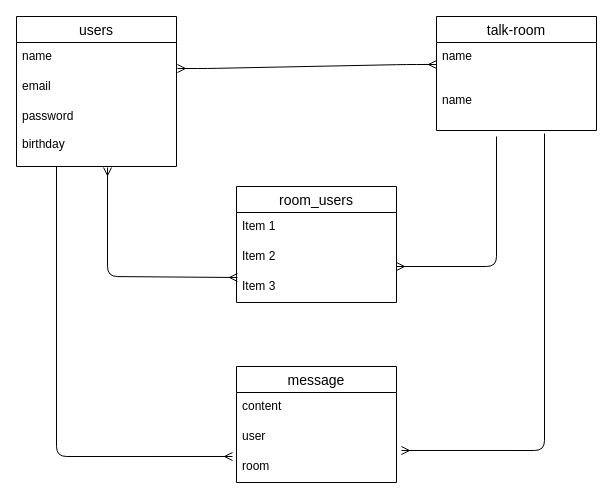
This is test.dio from yukkurizikkyou/cheer-talk-a, a draw.io file, before an edit. Source tidied: cells renumbered, new cells numbered last; positions are measured from the earlier drawing's top-left corner, leaving out a move shared by most shapes. Both pictures are drawn from the tidied source at 100%, with x=0, y=0 at pixel (16, 16).
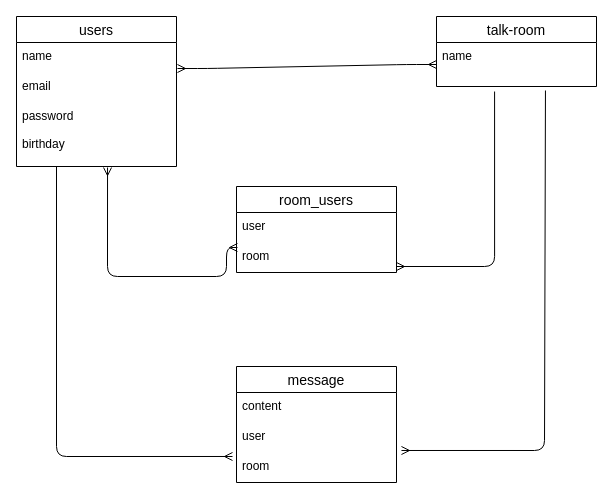
The same diagram, later.

Unchanged cells that the change refers to:
```xml
<mxCell id="5" value="password&#10;&#10;birthday&#10;&#10;" style="text;strokeColor=none;fillColor=none;spacingLeft=4;spacingRight=4;overflow=hidden;points=[[0,0.5],[1,0.5]];portConstraint=eastwest;fontSize=12;" parent="2" vertex="1">
  <mxGeometry y="86" width="160" height="64" as="geometry" />
</mxCell>
<mxCell id="7" value="name&#10;" style="text;strokeColor=none;fillColor=none;spacingLeft=4;spacingRight=4;overflow=hidden;points=[[0,0.5],[1,0.5]];portConstraint=eastwest;fontSize=12;" parent="6" vertex="1">
  <mxGeometry y="26" width="160" height="44" as="geometry" />
</mxCell>
<mxCell id="12" value="room" style="text;strokeColor=none;fillColor=none;spacingLeft=4;spacingRight=4;overflow=hidden;points=[[0,0.5],[1,0.5]];portConstraint=eastwest;fontSize=12;" parent="9" vertex="1">
  <mxGeometry y="86" width="160" height="30" as="geometry" />
</mxCell>
```

Diff of the diagram source:
```diff
@@
     <mxCell id="6" value="talk-room" style="swimlane;fontStyle=0;horizontal=1;startSize=26;align=center;fontSize=14;" parent="1" vertex="1">
-      <mxGeometry x="420" width="160" height="114" as="geometry" />
+      <mxGeometry x="420" width="160" height="70" as="geometry" />
     </mxCell>
@@
-    <mxCell id="8" value="name&#10;" style="text;strokeColor=none;fillColor=none;spacingLeft=4;spacingRight=4;overflow=hidden;points=[[0,0.5],[1,0.5]];portConstraint=eastwest;fontSize=12;" parent="6" vertex="1">
-      <mxGeometry y="70" width="160" height="44" as="geometry" />
-    </mxCell>
@@
     <mxCell id="13" value="room_users" style="swimlane;fontStyle=0;horizontal=1;startSize=26;align=center;fontSize=14;" parent="1" vertex="1">
-      <mxGeometry x="220" y="170" width="160" height="116" as="geometry" />
+      <mxGeometry x="220" y="170" width="160" height="86" as="geometry" />
     </mxCell>
-    <mxCell id="14" value="Item 1" style="text;strokeColor=none;fillColor=none;spacingLeft=4;spacingRight=4;overflow=hidden;fontSize=12;" parent="13" vertex="1">
+    <mxCell id="14" value="user" style="text;strokeColor=none;fillColor=none;spacingLeft=4;spacingRight=4;overflow=hidden;fontSize=12;" parent="13" vertex="1">
       <mxGeometry y="26" width="160" height="30" as="geometry" />
     </mxCell>
-    <mxCell id="15" value="Item 2" style="text;strokeColor=none;fillColor=none;spacingLeft=4;spacingRight=4;overflow=hidden;fontSize=12;" parent="13" vertex="1">
-      <mxGeometry y="56" width="160" height="30" as="geometry" />
-    </mxCell>
-    <mxCell id="16" value="Item 3" style="text;strokeColor=none;fillColor=none;spacingLeft=4;spacingRight=4;overflow=hidden;points=[[0,0.5],[1,0.5]];portConstraint=eastwest;fontSize=12;" parent="13" vertex="1">
-      <mxGeometry y="86" width="160" height="30" as="geometry" />
+    <mxCell id="16" value="room" style="text;strokeColor=none;fillColor=none;spacingLeft=4;spacingRight=4;overflow=hidden;points=[[0,0.5],[1,0.5]];portConstraint=eastwest;fontSize=12;" parent="13" vertex="1">
+      <mxGeometry y="56" width="160" height="30" as="geometry" />
     </mxCell>
@@
-    <mxCell id="19" style="edgeStyle=orthogonalEdgeStyle;fontSize=12;html=1;endArrow=ERmany;exitX=0.675;exitY=1.068;exitDx=0;exitDy=0;exitPerimeter=0;entryX=1.031;entryY=-0.067;entryDx=0;entryDy=0;entryPerimeter=0;" parent="1" edge="1" source="8" target="12">
+    <mxCell id="19" style="edgeStyle=orthogonalEdgeStyle;fontSize=12;html=1;endArrow=ERmany;entryX=1.031;entryY=-0.067;entryDx=0;entryDy=0;entryPerimeter=0;exitX=0.681;exitY=1.091;exitDx=0;exitDy=0;exitPerimeter=0;" parent="1" edge="1" source="7" target="12">
       <mxGeometry relative="1" as="geometry">
         <Array as="points">
           <mxPoint x="528" y="434" />
         </Array>
       </mxGeometry>
     </mxCell>
     <mxCell id="20" style="edgeStyle=orthogonalEdgeStyle;fontSize=12;html=1;endArrow=ERmany;startArrow=ERmany;exitX=0.569;exitY=1.016;exitDx=0;exitDy=0;exitPerimeter=0;entryX=0.006;entryY=0.167;entryDx=0;entryDy=0;entryPerimeter=0;" parent="1" edge="1" source="5" target="16">
       <mxGeometry relative="1" as="geometry">
         <Array as="points">
           <mxPoint x="91" y="260" />
+          <mxPoint x="210" y="260" />
+          <mxPoint x="210" y="231" />
         </Array>
       </mxGeometry>
     </mxCell>
-    <mxCell id="21" style="edgeStyle=orthogonalEdgeStyle;fontSize=12;html=1;endArrow=ERmany;" parent="1" edge="1">
+    <mxCell id="21" style="edgeStyle=orthogonalEdgeStyle;fontSize=12;html=1;endArrow=ERmany;exitX=0.363;exitY=1.114;exitDx=0;exitDy=0;exitPerimeter=0;" parent="1" edge="1" source="7">
       <mxGeometry relative="1" as="geometry">
-        <mxPoint x="480" y="120" as="sourcePoint" />
         <mxPoint x="380" y="250" as="targetPoint" />
         <Array as="points">
-          <mxPoint x="480" y="250" />
-          <mxPoint x="380" y="250" />
+          <mxPoint x="478" y="250" />
         </Array>
       </mxGeometry>
     </mxCell>
```
